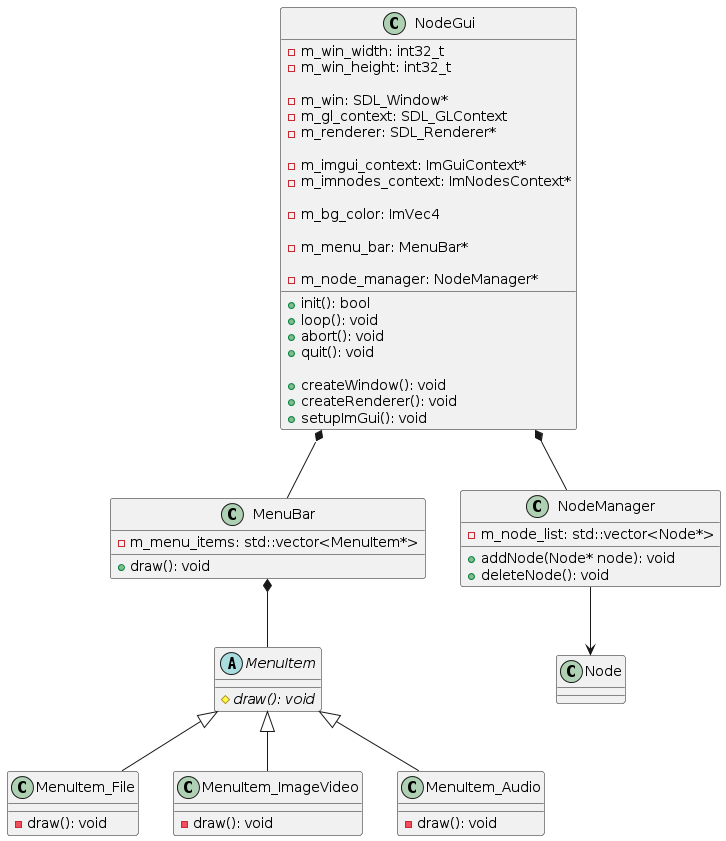
Above: uml/NodeProcessing_Impl.png in nkue-yst/NodeProcessV2 (PlantUML), before the change.
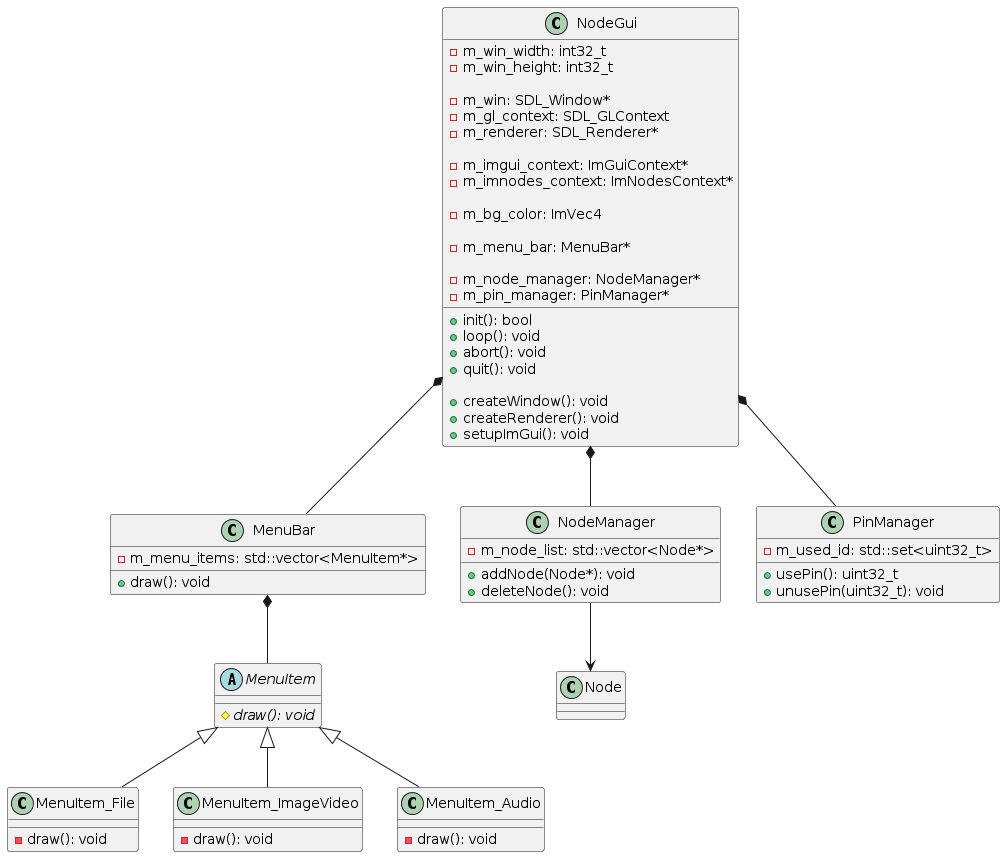
Later version of the same file.

Commit message:
Implement PinManager

Diff of the diagram source:
```diff
@@ -25,6 +25,7 @@
     -m_menu_bar: MenuBar*
 
     -m_node_manager: NodeManager*
+    -m_pin_manager: PinManager*
 }
 
 class MenuBar {
@@ -50,7 +51,7 @@
 }
 
 class NodeManager {
-    +addNode(Node* node): void
+    +addNode(Node*): void
     +deleteNode(): void
 
     -m_node_list: std::vector<Node*>
@@ -60,7 +61,15 @@
 
 }
 
+class PinManager {
+    +usePin(): uint32_t
+    +unusePin(uint32_t): void
+
+    -m_used_id: std::set<uint32_t>
+}
+
 NodeGui *-- NodeManager
+NodeGui *-- PinManager
 NodeGui *-- MenuBar
 
 MenuBar *-- MenuItem
```
